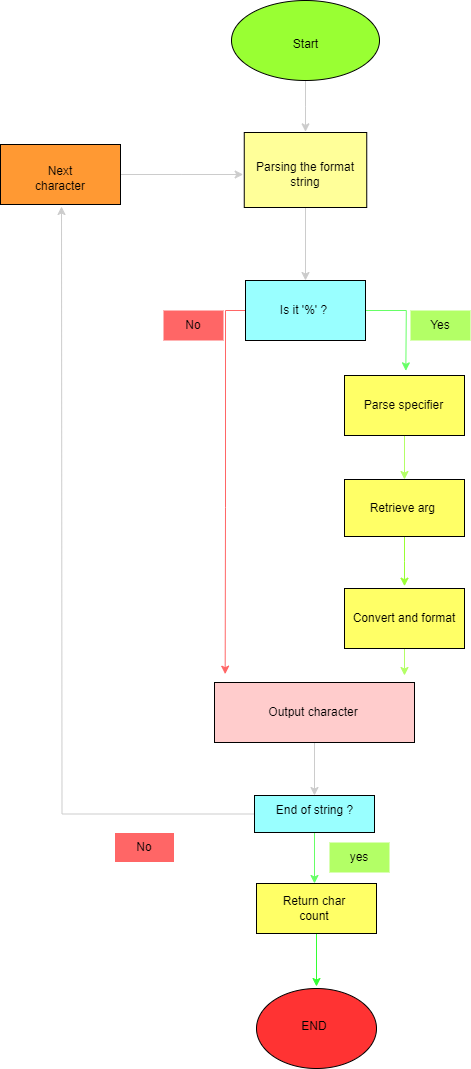
This is flowchartprintf().png from Aymeric154/holbertonschool-printf, a draw.io export, as it was before one commit. Source tidied: cells renumbered, new cells last; positions are measured from the earlier drawing's top-left corner, leaving out a move shared by most shapes.
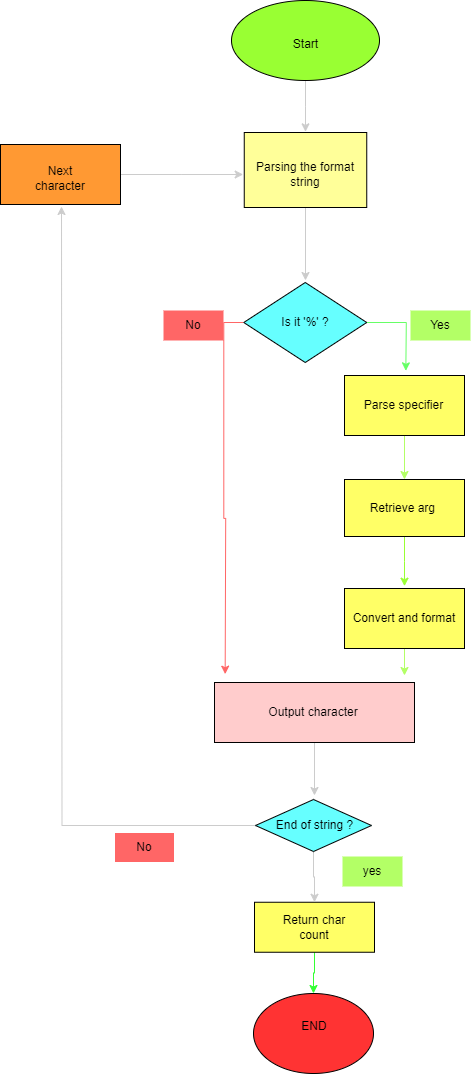
Later version of the same file.

Commit message:
Mettre à jour flowchartprintf().png

Change to the diagram source:
```diff
@@ -13,8 +13,10 @@
     <mxCell id="4" value="Start" style="text;strokeColor=none;align=center;fillColor=none;html=1;verticalAlign=middle;whiteSpace=wrap;rounded=0;" parent="1" vertex="1">
       <mxGeometry x="258.5" y="14" width="93" height="60" as="geometry" />
     </mxCell>
-    <mxCell id="5" style="edgeStyle=orthogonalEdgeStyle;rounded=0;jettySize=auto;html=1;exitX=0.5;exitY=1;exitDx=0;exitDy=0;entryX=0.5;entryY=0;entryDx=0;entryDy=0;strokeColor=#CCCCCC;" parent="1" edge="1" source="6" target="10">
-      <mxGeometry relative="1" as="geometry" />
+    <mxCell id="5" style="edgeStyle=orthogonalEdgeStyle;rounded=0;jettySize=auto;html=1;exitX=0.5;exitY=1;exitDx=0;exitDy=0;entryX=0.5;entryY=0;entryDx=0;entryDy=0;strokeColor=#CCCCCC;" parent="1" edge="1" source="6">
+      <mxGeometry relative="1" as="geometry">
+        <mxPoint x="305" y="280" as="targetPoint" />
+      </mxGeometry>
     </mxCell>
     <mxCell id="6" style="rounded=0;whiteSpace=wrap;html=1;fillColor=#FFFF99;" parent="1" vertex="1">
       <mxGeometry x="243.8" y="132" width="122.5" height="75" as="geometry" />
@@ -22,22 +24,16 @@
     <mxCell id="7" value="Parsing the format string" style="text;strokeColor=none;align=center;fillColor=none;html=1;verticalAlign=middle;whiteSpace=wrap;rounded=0;" parent="1" vertex="1">
       <mxGeometry x="250" y="159" width="110" height="30" as="geometry" />
     </mxCell>
-    <mxCell id="8" style="edgeStyle=orthogonalEdgeStyle;rounded=0;jettySize=auto;html=1;exitX=1;exitY=0.5;exitDx=0;exitDy=0;strokeColor=#66FF66;" parent="1" edge="1" source="10">
+    <mxCell id="8" style="edgeStyle=orthogonalEdgeStyle;rounded=0;jettySize=auto;html=1;strokeColor=#66FF66;exitX=1;exitY=0.5;exitDx=0;exitDy=0;" parent="1" edge="1" source="39">
       <mxGeometry relative="1" as="geometry">
         <mxPoint x="405.3" y="370.3" as="targetPoint" />
       </mxGeometry>
     </mxCell>
-    <mxCell id="9" style="edgeStyle=orthogonalEdgeStyle;rounded=0;jettySize=auto;html=1;fillColor=#FF3333;strokeColor=#FF6666;" parent="1" edge="1" source="10">
+    <mxCell id="9" style="edgeStyle=orthogonalEdgeStyle;rounded=0;jettySize=auto;html=1;fillColor=#FF3333;strokeColor=#FF6666;exitX=0;exitY=0.5;exitDx=0;exitDy=0;" parent="1" edge="1" source="39">
       <mxGeometry relative="1" as="geometry">
         <mxPoint x="224.7" y="673.7" as="targetPoint" />
       </mxGeometry>
     </mxCell>
-    <mxCell id="10" style="rounded=0;whiteSpace=wrap;html=1;fillColor=#99FFFF;" parent="1" vertex="1">
-      <mxGeometry x="245" y="280" width="120" height="60" as="geometry" />
-    </mxCell>
-    <mxCell id="11" value="Is it '%' ?" style="text;strokeColor=none;align=center;fillColor=none;html=1;verticalAlign=middle;whiteSpace=wrap;rounded=0;" parent="1" vertex="1">
-      <mxGeometry x="254" y="295" width="99" height="30" as="geometry" />
-    </mxCell>
     <mxCell id="12" style="edgeStyle=orthogonalEdgeStyle;rounded=0;jettySize=auto;html=1;strokeColor=#B3FF66;" parent="1" edge="1" source="13" target="15">
       <mxGeometry relative="1" as="geometry" />
     </mxCell>
@@ -63,8 +59,10 @@
     <mxCell id="18" value="Parse specifier" style="text;strokeColor=none;align=center;fillColor=none;html=1;verticalAlign=middle;whiteSpace=wrap;rounded=0;" parent="1" vertex="1">
       <mxGeometry x="344" y="390" width="119" height="30" as="geometry" />
     </mxCell>
-    <mxCell id="19" style="edgeStyle=orthogonalEdgeStyle;rounded=0;jettySize=auto;html=1;exitX=0.5;exitY=1;exitDx=0;exitDy=0;strokeColor=#CCCCCC;" parent="1" edge="1" source="20" target="24">
-      <mxGeometry relative="1" as="geometry" />
+    <mxCell id="19" style="edgeStyle=orthogonalEdgeStyle;rounded=0;jettySize=auto;html=1;exitX=0.5;exitY=1;exitDx=0;exitDy=0;strokeColor=#CCCCCC;" parent="1" edge="1" source="20">
+      <mxGeometry relative="1" as="geometry">
+        <mxPoint x="314" y="795" as="targetPoint" />
+      </mxGeometry>
     </mxCell>
     <mxCell id="20" style="rounded=0;whiteSpace=wrap;html=1;fillColor=#FFCCCC;" parent="1" vertex="1">
       <mxGeometry x="214" y="682" width="200" height="60" as="geometry" />
@@ -72,44 +70,28 @@
     <mxCell id="21" value="Output character" style="text;strokeColor=none;align=center;fillColor=none;html=1;verticalAlign=middle;whiteSpace=wrap;rounded=0;" parent="1" vertex="1">
       <mxGeometry x="237" y="697" width="152" height="30" as="geometry" />
     </mxCell>
-    <mxCell id="22" style="edgeStyle=orthogonalEdgeStyle;rounded=0;jettySize=auto;html=1;exitX=0.5;exitY=1;exitDx=0;exitDy=0;strokeColor=#66FF66;" parent="1" edge="1" source="24">
-      <mxGeometry relative="1" as="geometry">
-        <mxPoint x="314" y="883" as="targetPoint" />
-      </mxGeometry>
-    </mxCell>
-    <mxCell id="23" style="edgeStyle=orthogonalEdgeStyle;rounded=0;jettySize=auto;html=1;strokeColor=#CCCCCC;" parent="1" edge="1" source="24">
+    <mxCell id="23" style="edgeStyle=orthogonalEdgeStyle;rounded=0;jettySize=auto;html=1;strokeColor=#CCCCCC;exitX=0;exitY=0.5;exitDx=0;exitDy=0;" parent="1" edge="1" source="41">
       <mxGeometry relative="1" as="geometry">
         <mxPoint x="61" y="206" as="targetPoint" />
       </mxGeometry>
     </mxCell>
-    <mxCell id="24" style="rounded=0;whiteSpace=wrap;html=1;fillColor=#99FFFF;" parent="1" vertex="1">
-      <mxGeometry x="254" y="795" width="120" height="37" as="geometry" />
-    </mxCell>
-    <mxCell id="25" value="End of string ?" style="text;strokeColor=none;align=center;fillColor=none;html=1;verticalAlign=middle;whiteSpace=wrap;rounded=0;" parent="1" vertex="1">
-      <mxGeometry x="269.5" y="795" width="89" height="30" as="geometry" />
-    </mxCell>
-    <mxCell id="26" style="edgeStyle=orthogonalEdgeStyle;rounded=0;jettySize=auto;html=1;exitX=0.5;exitY=1;exitDx=0;exitDy=0;strokeColor=#33FF33;" parent="1" edge="1" source="27">
-      <mxGeometry relative="1" as="geometry">
-        <mxPoint x="316" y="986" as="targetPoint" />
-      </mxGeometry>
+    <mxCell id="26" style="edgeStyle=orthogonalEdgeStyle;rounded=0;jettySize=auto;html=1;exitX=0.5;exitY=1;exitDx=0;exitDy=0;strokeColor=#33FF33;entryX=0.5;entryY=0;entryDx=0;entryDy=0;" parent="1" edge="1" source="27" target="32">
+      <mxGeometry relative="1" as="geometry" />
     </mxCell>
     <mxCell id="27" style="rounded=0;whiteSpace=wrap;html=1;fillColor=#FFFF66;" parent="1" vertex="1">
-      <mxGeometry x="256" y="883" width="120" height="50" as="geometry" />
+      <mxGeometry x="254" y="901.8" width="120" height="50" as="geometry" />
     </mxCell>
     <mxCell id="28" value="Return char count" style="text;strokeColor=none;align=center;fillColor=none;html=1;verticalAlign=middle;whiteSpace=wrap;rounded=0;" parent="1" vertex="1">
-      <mxGeometry x="267" y="894" width="94" height="27.5" as="geometry" />
+      <mxGeometry x="266.5" y="913" width="94" height="27.5" as="geometry" />
     </mxCell>
     <mxCell id="29" style="edgeStyle=orthogonalEdgeStyle;rounded=0;orthogonalLoop=1;jettySize=auto;html=1;exitX=0.5;exitY=1;exitDx=0;exitDy=0;" parent="1" edge="1" source="27" target="27">
       <mxGeometry relative="1" as="geometry" />
     </mxCell>
-    <mxCell id="30" value="yes" style="text;strokeColor=none;align=center;fillColor=#B3FF66;html=1;verticalAlign=middle;whiteSpace=wrap;rounded=0;" parent="1" vertex="1">
-      <mxGeometry x="329" y="842" width="60" height="30" as="geometry" />
-    </mxCell>
     <mxCell id="31" value="No" style="text;strokeColor=#FFFFFF;align=center;fillColor=#FF6666;html=1;verticalAlign=middle;whiteSpace=wrap;rounded=0;" parent="1" vertex="1">
       <mxGeometry x="114" y="832" width="60" height="30" as="geometry" />
     </mxCell>
     <mxCell id="32" style="ellipse;whiteSpace=wrap;html=1;fillColor=#FF3333;" parent="1" vertex="1">
-      <mxGeometry x="256" y="988" width="120" height="80" as="geometry" />
+      <mxGeometry x="253" y="993" width="120" height="80" as="geometry" />
     </mxCell>
     <mxCell id="33" value="END" style="text;strokeColor=none;align=center;fillColor=none;html=1;verticalAlign=middle;whiteSpace=wrap;rounded=0;" parent="1" vertex="1">
       <mxGeometry x="284" y="1011" width="60" height="30" as="geometry" />
@@ -131,5 +113,23 @@
     <mxCell id="38" value="Next character" style="text;strokeColor=none;align=center;fillColor=none;html=1;verticalAlign=middle;whiteSpace=wrap;rounded=0;" parent="1" vertex="1">
       <mxGeometry x="30" y="163" width="60" height="30" as="geometry" />
     </mxCell>
+    <mxCell id="39" style="rhombus;whiteSpace=wrap;html=1;fillColor=#66FFFF;" parent="1" vertex="1">
+      <mxGeometry x="243.2" y="282" width="123" height="80" as="geometry" />
+    </mxCell>
+    <mxCell id="11" value="Is it '%' ?" style="text;strokeColor=none;align=center;fillColor=none;html=1;verticalAlign=middle;whiteSpace=wrap;rounded=0;" parent="1" vertex="1">
+      <mxGeometry x="275" y="307" width="60" height="30" as="geometry" />
+    </mxCell>
+    <mxCell id="40" style="edgeStyle=orthogonalEdgeStyle;rounded=0;jettySize=auto;html=1;exitX=0.5;exitY=1;exitDx=0;exitDy=0;entryX=0.5;entryY=0;entryDx=0;entryDy=0;fillColor=#CCCCCC;strokeColor=#CCCCCC;" parent="1" edge="1" source="41" target="27">
+      <mxGeometry relative="1" as="geometry" />
+    </mxCell>
+    <mxCell id="41" style="rhombus;whiteSpace=wrap;html=1;fillColor=#66FFFF;" parent="1" vertex="1">
+      <mxGeometry x="255" y="799" width="116" height="52" as="geometry" />
+    </mxCell>
+    <mxCell id="30" value="yes" style="text;strokeColor=none;align=center;fillColor=#B3FF66;html=1;verticalAlign=middle;whiteSpace=wrap;rounded=0;" parent="1" vertex="1">
+      <mxGeometry x="342" y="856" width="60" height="30" as="geometry" />
+    </mxCell>
+    <mxCell id="25" value="End of string ?" style="text;strokeColor=none;align=center;fillColor=none;html=1;verticalAlign=middle;whiteSpace=wrap;rounded=0;" parent="1" vertex="1">
+      <mxGeometry x="269.5" y="810" width="89" height="30" as="geometry" />
+    </mxCell>
   </root>
 </mxGraphModel>
```
